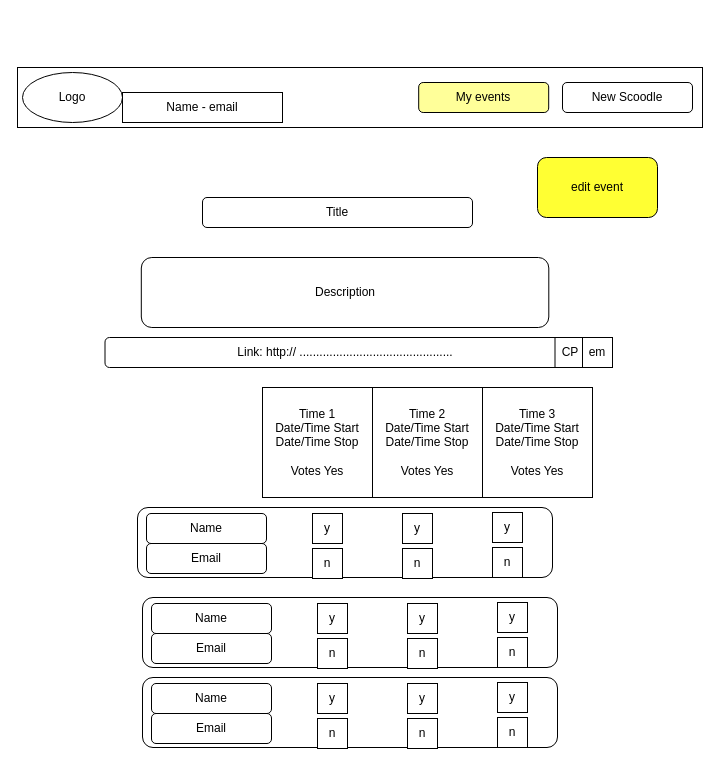
The draw.io diagram page "Voting Page" (2 of 3) of docs/planning/Scoodle_Wireframe.drawio in jeff-sexton/schoodle, before the edit. Source tidied: cells renumbered, new cells numbered last; positions are measured from the earlier drawing's top-left corner, leaving out a move shared by most shapes. Both pictures are drawn from the tidied source at 100%, with x=0, y=0 at pixel (17, 67).
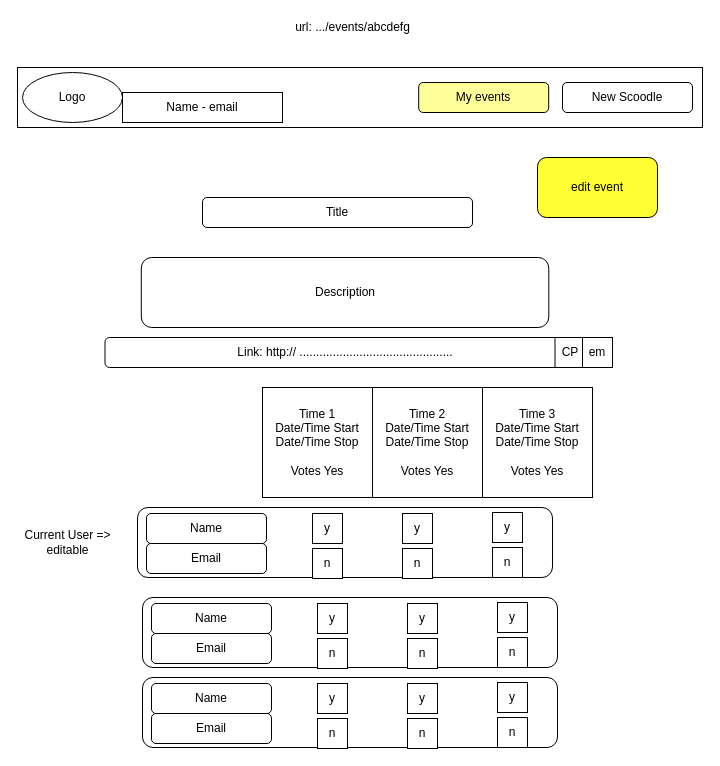
The same page after the edit.

Change to the diagram source:
```diff
@@
+    <mxCell id="46" value="Current User =&amp;gt;&lt;br&gt;editable" style="text;html=1;align=center;verticalAlign=middle;fillColor=none;strokeColor=none;rounded=0;" parent="1" vertex="1">
+      <mxGeometry y="460" width="100" height="30" as="geometry" />
+    </mxCell>
+    <mxCell id="47" value="url: .../events/abcdefg" style="text;html=1;align=center;verticalAlign=middle;fillColor=none;strokeColor=none;rounded=0;" parent="1" vertex="1">
+      <mxGeometry x="270" y="-50" width="130" height="20" as="geometry" />
+    </mxCell>
```
